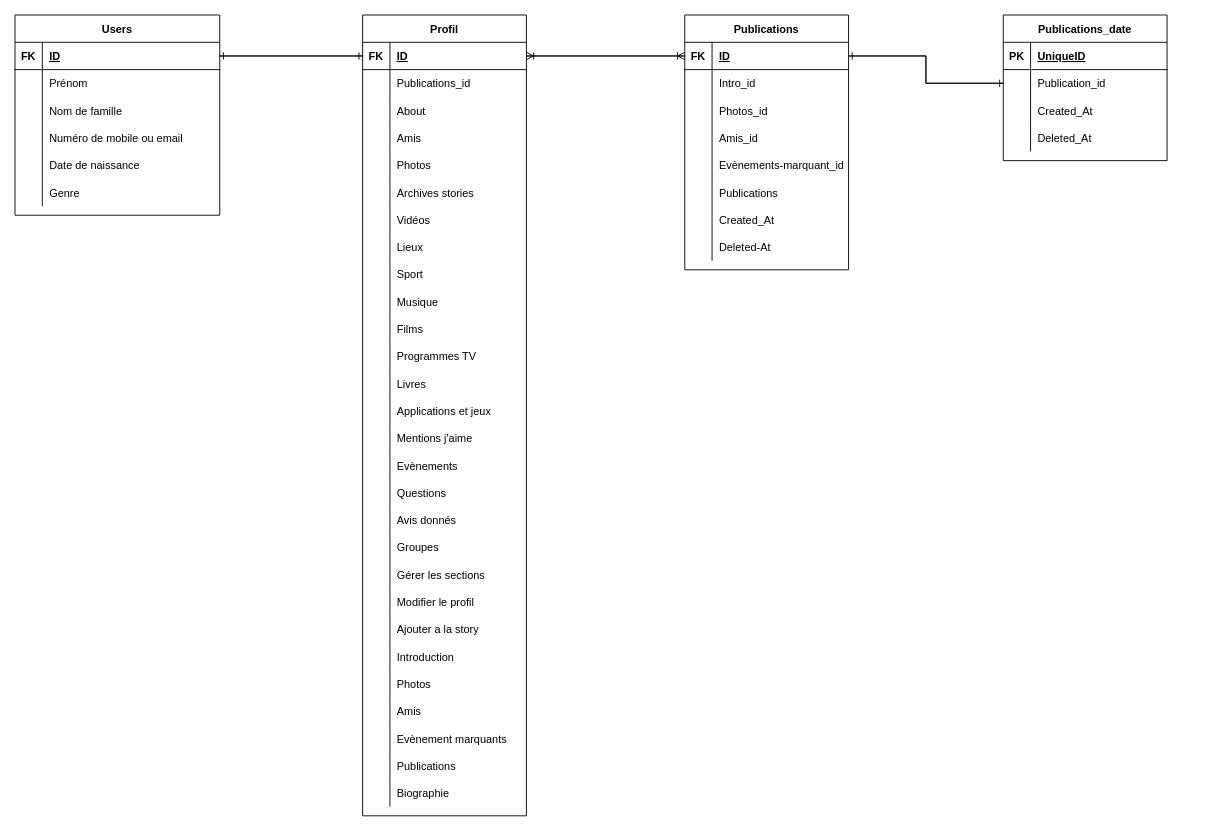
Before: public/assets/EER/Facebook/FEER.drawio in Freddyede/HIT_project_web_4.4, a draw.io diagram. Source tidied: cells renumbered, new cells numbered last; positions are measured from the earlier drawing's top-left corner, leaving out a move shared by most shapes. Both pictures are drawn from the tidied source at 91%, with x=0, y=0 at pixel (15, 15).
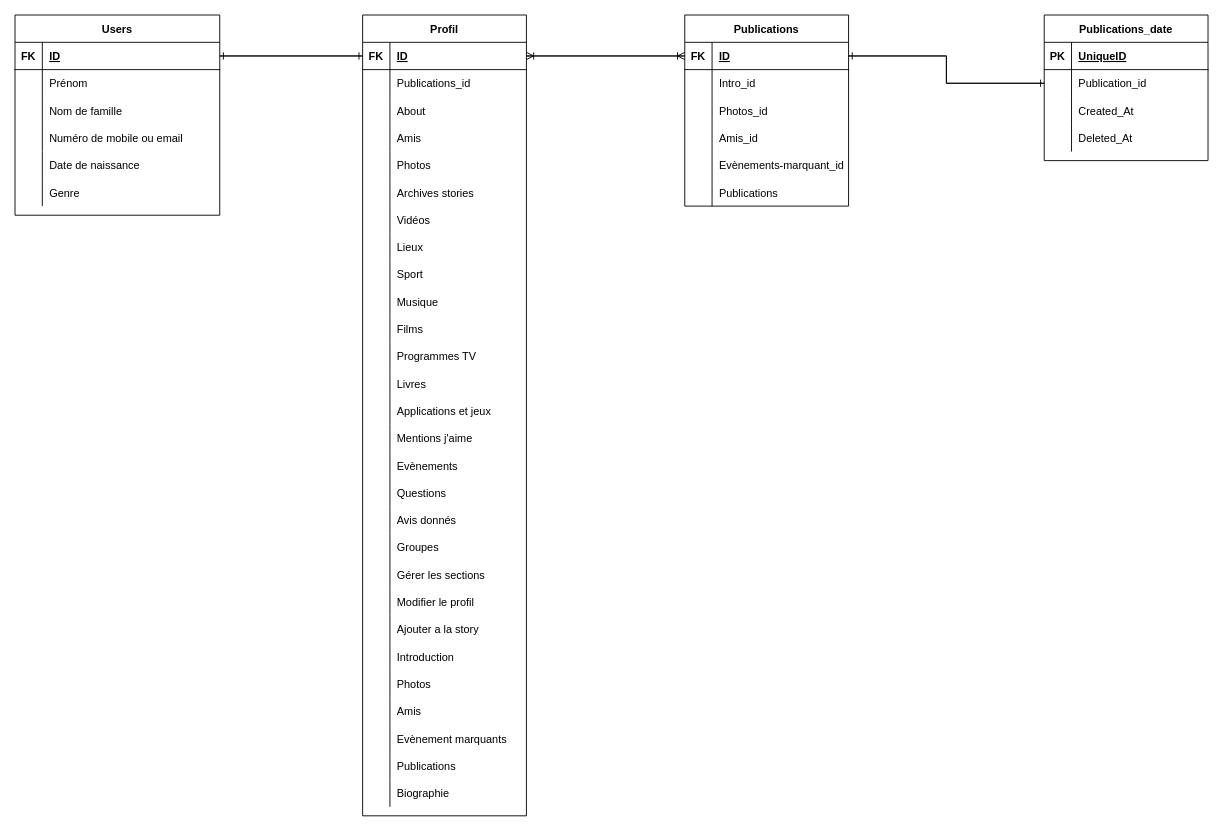
The same page after the edit.

Unchanged cells that the change refers to:
```xml
<mxCell id="110" style="shape=partialRectangle;fillColor=none;top=0;left=0;bottom=1;right=0;points=[[0,0.5],[1,0.5]];portConstraint=eastwest;" parent="109" vertex="1">
  <mxGeometry y="30" width="180" height="30" as="geometry" />
</mxCell>
<mxCell id="141" style="shape=partialRectangle;fillColor=none;top=0;left=0;bottom=0;right=0;points=[[0,0.5],[1,0.5]];portConstraint=eastwest;" parent="137" vertex="1">
  <mxGeometry y="60" width="180" height="30" as="geometry" />
</mxCell>
```

The edit, as a diff of the source:
```diff
@@
     <mxCell id="109" value="Publications" style="shape=table;startSize=30;childLayout=tableLayout;rowLines=0;fontStyle=1;align=center;" parent="1" vertex="1">
-      <mxGeometry x="736" width="180" height="280" as="geometry" />
+      <mxGeometry x="736" width="180" height="210" as="geometry" />
     </mxCell>
@@
-    <mxCell id="128" style="shape=partialRectangle;fillColor=none;top=0;left=0;bottom=0;right=0;" parent="109" vertex="1">
-      <mxGeometry y="210" width="180" height="30" as="geometry" />
-    </mxCell>
-    <mxCell id="129" style="shape=partialRectangle;fillColor=none;top=0;left=0;bottom=0;right=0;overflow=hidden;" parent="128" vertex="1">
-      <mxGeometry width="30" height="30" as="geometry" />
-    </mxCell>
-    <mxCell id="130" value="Created_At" style="shape=partialRectangle;fillColor=none;top=0;left=0;bottom=0;right=0;align=left;spacingLeft=6;overflow=hidden;" parent="128" vertex="1">
-      <mxGeometry x="30" width="150" height="30" as="geometry" />
-    </mxCell>
-    <mxCell id="131" style="shape=partialRectangle;fillColor=none;top=0;left=0;bottom=0;right=0;" parent="109" vertex="1">
-      <mxGeometry y="240" width="180" height="30" as="geometry" />
-    </mxCell>
-    <mxCell id="132" style="shape=partialRectangle;fillColor=none;top=0;left=0;bottom=0;right=0;overflow=hidden;" parent="131" vertex="1">
-      <mxGeometry width="30" height="30" as="geometry" />
-    </mxCell>
-    <mxCell id="133" value="Deleted-At" style="shape=partialRectangle;fillColor=none;top=0;left=0;bottom=0;right=0;align=left;spacingLeft=6;overflow=hidden;" parent="131" vertex="1">
-      <mxGeometry x="30" width="150" height="30" as="geometry" />
-    </mxCell>
@@
-    <mxCell id="135" style="edgeStyle=orthogonalEdgeStyle;rounded=0;jettySize=auto;html=1;entryX=0;entryY=0.5;entryDx=0;entryDy=0;endArrow=ERone;endFill=0;exitX=1;exitY=0.5;exitDx=0;exitDy=0;" parent="1" edge="1" source="110" target="141">
-      <mxGeometry relative="1" as="geometry" />
-    </mxCell>
-    <mxCell id="136" style="edgeStyle=orthogonalEdgeStyle;rounded=0;jettySize=auto;html=1;entryX=1;entryY=0.5;entryDx=0;entryDy=0;endArrow=ERone;endFill=0;" parent="1" edge="1" source="141" target="110">
-      <mxGeometry relative="1" as="geometry" />
-    </mxCell>
     <mxCell id="137" value="Publications_date" style="shape=table;startSize=30;childLayout=tableLayout;rowLines=0;fontStyle=1;align=center;" parent="1" vertex="1">
-      <mxGeometry x="1086" width="180" height="160" as="geometry" />
+      <mxGeometry x="1131" width="180" height="160" as="geometry" />
     </mxCell>
@@
+    <mxCell id="135" style="edgeStyle=orthogonalEdgeStyle;rounded=0;jettySize=auto;html=1;entryX=0;entryY=0.5;entryDx=0;entryDy=0;endArrow=ERone;endFill=0;" parent="1" edge="1" source="110" target="141">
+      <mxGeometry relative="1" as="geometry" />
+    </mxCell>
+    <mxCell id="136" style="edgeStyle=orthogonalEdgeStyle;rounded=0;jettySize=auto;html=1;endArrow=ERone;endFill=0;exitX=0;exitY=0.5;exitDx=0;exitDy=0;" parent="1" edge="1" source="141" target="110">
+      <mxGeometry relative="1" as="geometry" />
+    </mxCell>
```
